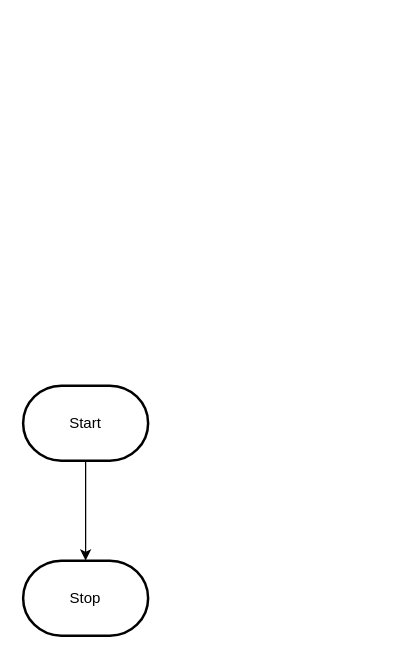
Above: design/flowchart.drawio in MTHS-ICD2O-1-2024/ICD2O-Unit-3-03-peter-zerbinos (draw.io), before the change. Source tidied: cells renumbered, new cells numbered last; positions are measured from the earlier drawing's top-left corner, leaving out a move shared by most shapes. Both pictures are drawn from the tidied source at 125%, with x=0, y=0 at pixel (22, 385).
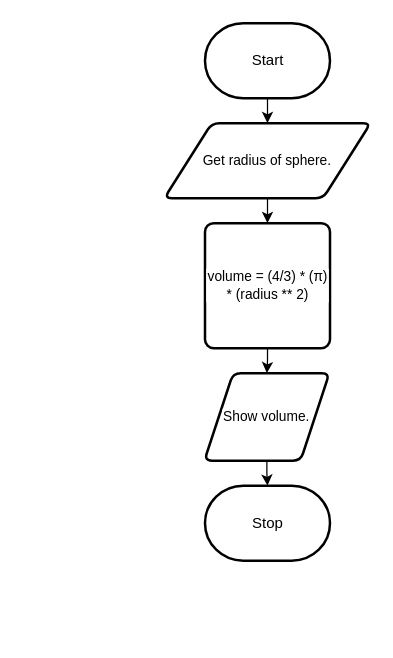
The same diagram, later.

What changed in the source:
```diff
@@
 <mxGraphModel>
   <root>
     <mxCell id="0" />
     <mxCell id="1" parent="0" />
-    <mxCell id="2" style="edgeStyle=orthogonalEdgeStyle;html=1;rounded=0;" parent="1" edge="1" source="3" target="4">
-      <mxGeometry relative="1" as="geometry" />
-    </mxCell>
+    <mxCell id="5" style="edgeStyle=orthogonalEdgeStyle;shape=connector;rounded=0;html=1;exitX=0.5;exitY=1;exitDx=0;exitDy=0;exitPerimeter=0;entryX=0.5;entryY=0;entryDx=0;entryDy=0;strokeColor=default;align=center;verticalAlign=middle;fontFamily=Helvetica;fontSize=11;fontColor=default;labelBackgroundColor=default;endArrow=classic;" parent="1" edge="1" source="3" target="7">
+      <mxGeometry relative="1" as="geometry" />
+    </mxCell>
     <mxCell id="3" value="Start" style="strokeWidth=2;html=1;shape=mxgraph.flowchart.terminator;whiteSpace=wrap;" parent="1" vertex="1">
-      <mxGeometry width="100" height="60" as="geometry" />
+      <mxGeometry x="145.5" y="-290" width="100" height="60" as="geometry" />
     </mxCell>
     <mxCell id="4" value="Stop" style="strokeWidth=2;html=1;shape=mxgraph.flowchart.terminator;whiteSpace=wrap;" parent="1" vertex="1">
-      <mxGeometry y="140" width="100" height="60" as="geometry" />
+      <mxGeometry x="145.5" y="80" width="100" height="60" as="geometry" />
     </mxCell>
+    <mxCell id="6" style="edgeStyle=orthogonalEdgeStyle;shape=connector;rounded=0;html=1;exitX=0.5;exitY=1;exitDx=0;exitDy=0;entryX=0.5;entryY=0;entryDx=0;entryDy=0;strokeColor=default;align=center;verticalAlign=middle;fontFamily=Helvetica;fontSize=11;fontColor=default;labelBackgroundColor=default;endArrow=classic;" parent="1" edge="1" source="7" target="9">
+      <mxGeometry relative="1" as="geometry" />
+    </mxCell>
+    <mxCell id="7" value="Get radius of sphere." style="shape=parallelogram;html=1;strokeWidth=2;perimeter=parallelogramPerimeter;whiteSpace=wrap;rounded=1;arcSize=12;size=0.23;fontFamily=Helvetica;fontSize=11;fontColor=default;labelBackgroundColor=default;" parent="1" vertex="1">
+      <mxGeometry x="113" y="-210" width="165" height="60" as="geometry" />
+    </mxCell>
+    <mxCell id="8" style="edgeStyle=orthogonalEdgeStyle;shape=connector;rounded=0;html=1;exitX=0.5;exitY=1;exitDx=0;exitDy=0;entryX=0.5;entryY=0;entryDx=0;entryDy=0;strokeColor=default;align=center;verticalAlign=middle;fontFamily=Helvetica;fontSize=11;fontColor=default;labelBackgroundColor=default;endArrow=classic;" parent="1" edge="1" source="9" target="10">
+      <mxGeometry relative="1" as="geometry" />
+    </mxCell>
+    <mxCell id="9" value="volume = (4/3) * (π) * (radius ** 2)" style="rounded=1;whiteSpace=wrap;html=1;absoluteArcSize=1;arcSize=14;strokeWidth=2;fontFamily=Helvetica;fontSize=11;fontColor=default;labelBackgroundColor=default;" parent="1" vertex="1">
+      <mxGeometry x="145.5" y="-130" width="100" height="100" as="geometry" />
+    </mxCell>
+    <mxCell id="10" value="Show volume." style="shape=parallelogram;html=1;strokeWidth=2;perimeter=parallelogramPerimeter;whiteSpace=wrap;rounded=1;arcSize=12;size=0.23;fontFamily=Helvetica;fontSize=11;fontColor=default;labelBackgroundColor=default;" parent="1" vertex="1">
+      <mxGeometry x="145" y="-10" width="100" height="70" as="geometry" />
+    </mxCell>
+    <mxCell id="11" style="edgeStyle=orthogonalEdgeStyle;shape=connector;rounded=0;html=1;exitX=0.5;exitY=1;exitDx=0;exitDy=0;entryX=0.5;entryY=0;entryDx=0;entryDy=0;entryPerimeter=0;strokeColor=default;align=center;verticalAlign=middle;fontFamily=Helvetica;fontSize=11;fontColor=default;labelBackgroundColor=default;endArrow=classic;" parent="1" edge="1" source="10" target="4">
+      <mxGeometry relative="1" as="geometry" />
+    </mxCell>
   </root>
 </mxGraphModel>
```
